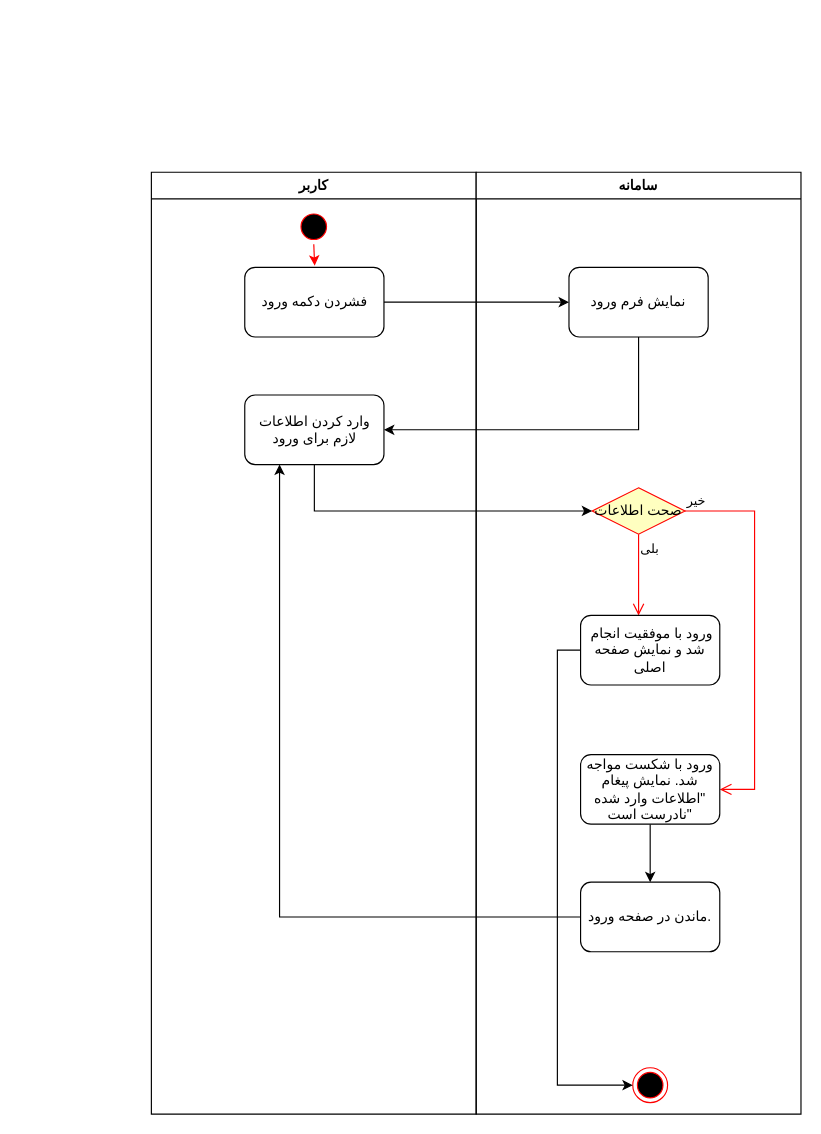
Earlier version of the draw.io diagram page "ورود" (2 of 3) of NavidNasiri_ActivityDiagram.drawio (4Tech-IUT/Activity-Diagrams). Source tidied: cells renumbered, new cells numbered last; positions are measured from the earlier drawing's top-left corner, leaving out a move shared by most shapes. Both pictures are drawn from the tidied source at 116%, with x=0, y=0 at pixel (151, 172).
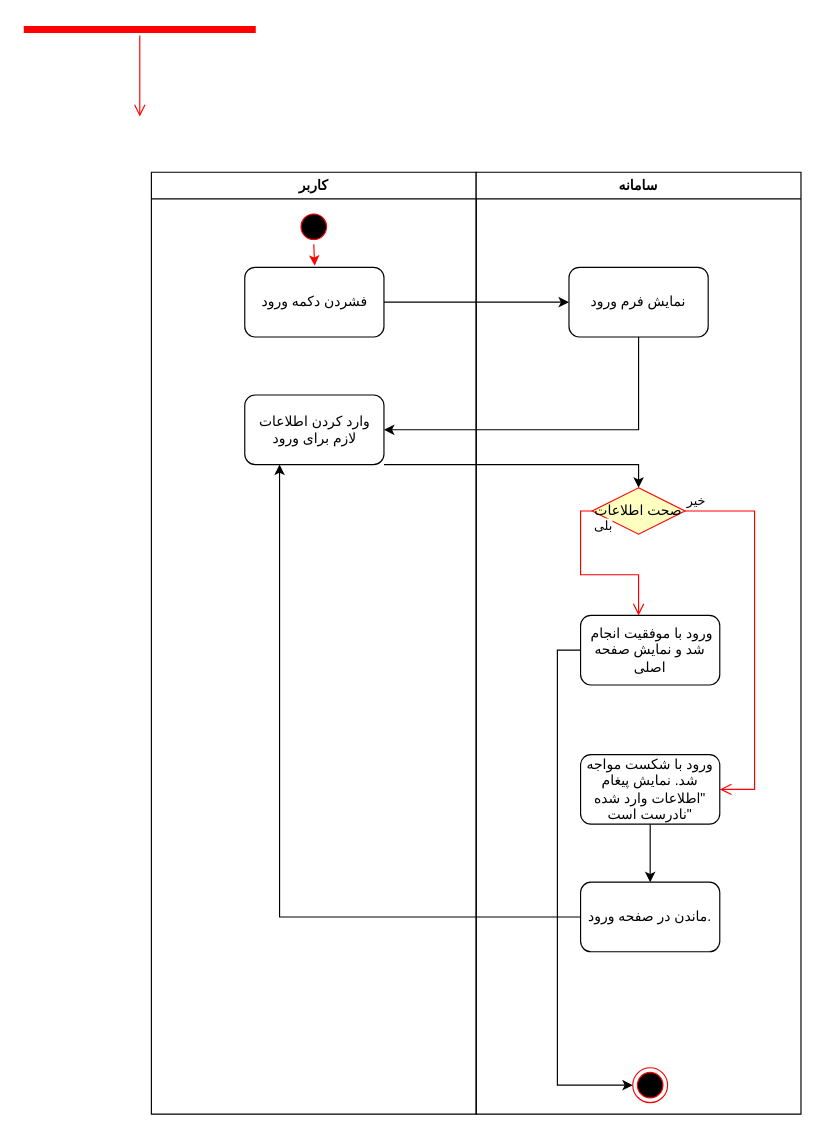
The same page after the edit.

The change refers to these unchanged cells:
```xml
<mxCell id="6" value="وارد کردن اطلاعات لازم برای ورود" style="rounded=1;whiteSpace=wrap;html=1;" parent="2" vertex="1">
  <mxGeometry x="80.5" y="192" width="120" height="60" as="geometry" />
</mxCell>
<mxCell id="7" value="سامانه" style="swimlane;whiteSpace=wrap;" parent="1" vertex="1">
  <mxGeometry x="280" width="280" height="812" as="geometry" />
</mxCell>
<mxCell id="10" value="صحت اطلاعات" style="rhombus;whiteSpace=wrap;html=1;fillColor=#ffffc0;strokeColor=#ff0000;" parent="7" vertex="1">
  <mxGeometry x="100" y="272" width="80" height="40" as="geometry" />
</mxCell>
<mxCell id="14" value="ورود با موفقیت انجام&amp;nbsp; شد و نمایش صفحه اصلی" style="rounded=1;whiteSpace=wrap;html=1;" parent="7" vertex="1">
  <mxGeometry x="90" y="382" width="120" height="60" as="geometry" />
</mxCell>
```

The edit, as a diff of the source:
```diff
@@
     <mxCell id="12" value="بلی" style="edgeStyle=orthogonalEdgeStyle;html=1;align=left;verticalAlign=top;endArrow=open;endSize=8;strokeColor=#ff0000;rounded=0;" parent="7" edge="1" source="10" target="14">
       <mxGeometry x="-1" relative="1" as="geometry">
         <Array as="points">
-          <mxPoint x="140" y="372" />
-          <mxPoint x="140" y="372" />
+          <mxPoint x="90" y="292" />
+          <mxPoint x="90" y="347" />
+          <mxPoint x="140" y="347" />
         </Array>
       </mxGeometry>
     </mxCell>
@@
-    <mxCell id="20" style="edgeStyle=orthogonalEdgeStyle;rounded=0;jettySize=auto;html=1;entryX=0;entryY=0.5;entryDx=0;entryDy=0;" parent="1" edge="1" source="6" target="10">
+    <mxCell id="20" style="edgeStyle=orthogonalEdgeStyle;rounded=0;jettySize=auto;html=1;entryX=0.5;entryY=0;entryDx=0;entryDy=0;" parent="1" edge="1" source="6" target="10">
       <mxGeometry relative="1" as="geometry">
         <Array as="points">
-          <mxPoint x="141" y="292" />
+          <mxPoint x="420" y="252" />
         </Array>
       </mxGeometry>
     </mxCell>
@@
+    <mxCell id="22" style="shape=line;html=1;strokeWidth=6;strokeColor=#ff0000;" parent="1" vertex="1">
+      <mxGeometry x="-110" y="-128" width="200" height="10" as="geometry" />
+    </mxCell>
+    <mxCell id="23" style="edgeStyle=orthogonalEdgeStyle;html=1;verticalAlign=bottom;endArrow=open;endSize=8;strokeColor=#ff0000;rounded=0;" parent="1" edge="1" source="22">
+      <mxGeometry relative="1" as="geometry">
+        <mxPoint x="-10" y="-48" as="targetPoint" />
+      </mxGeometry>
+    </mxCell>
```
